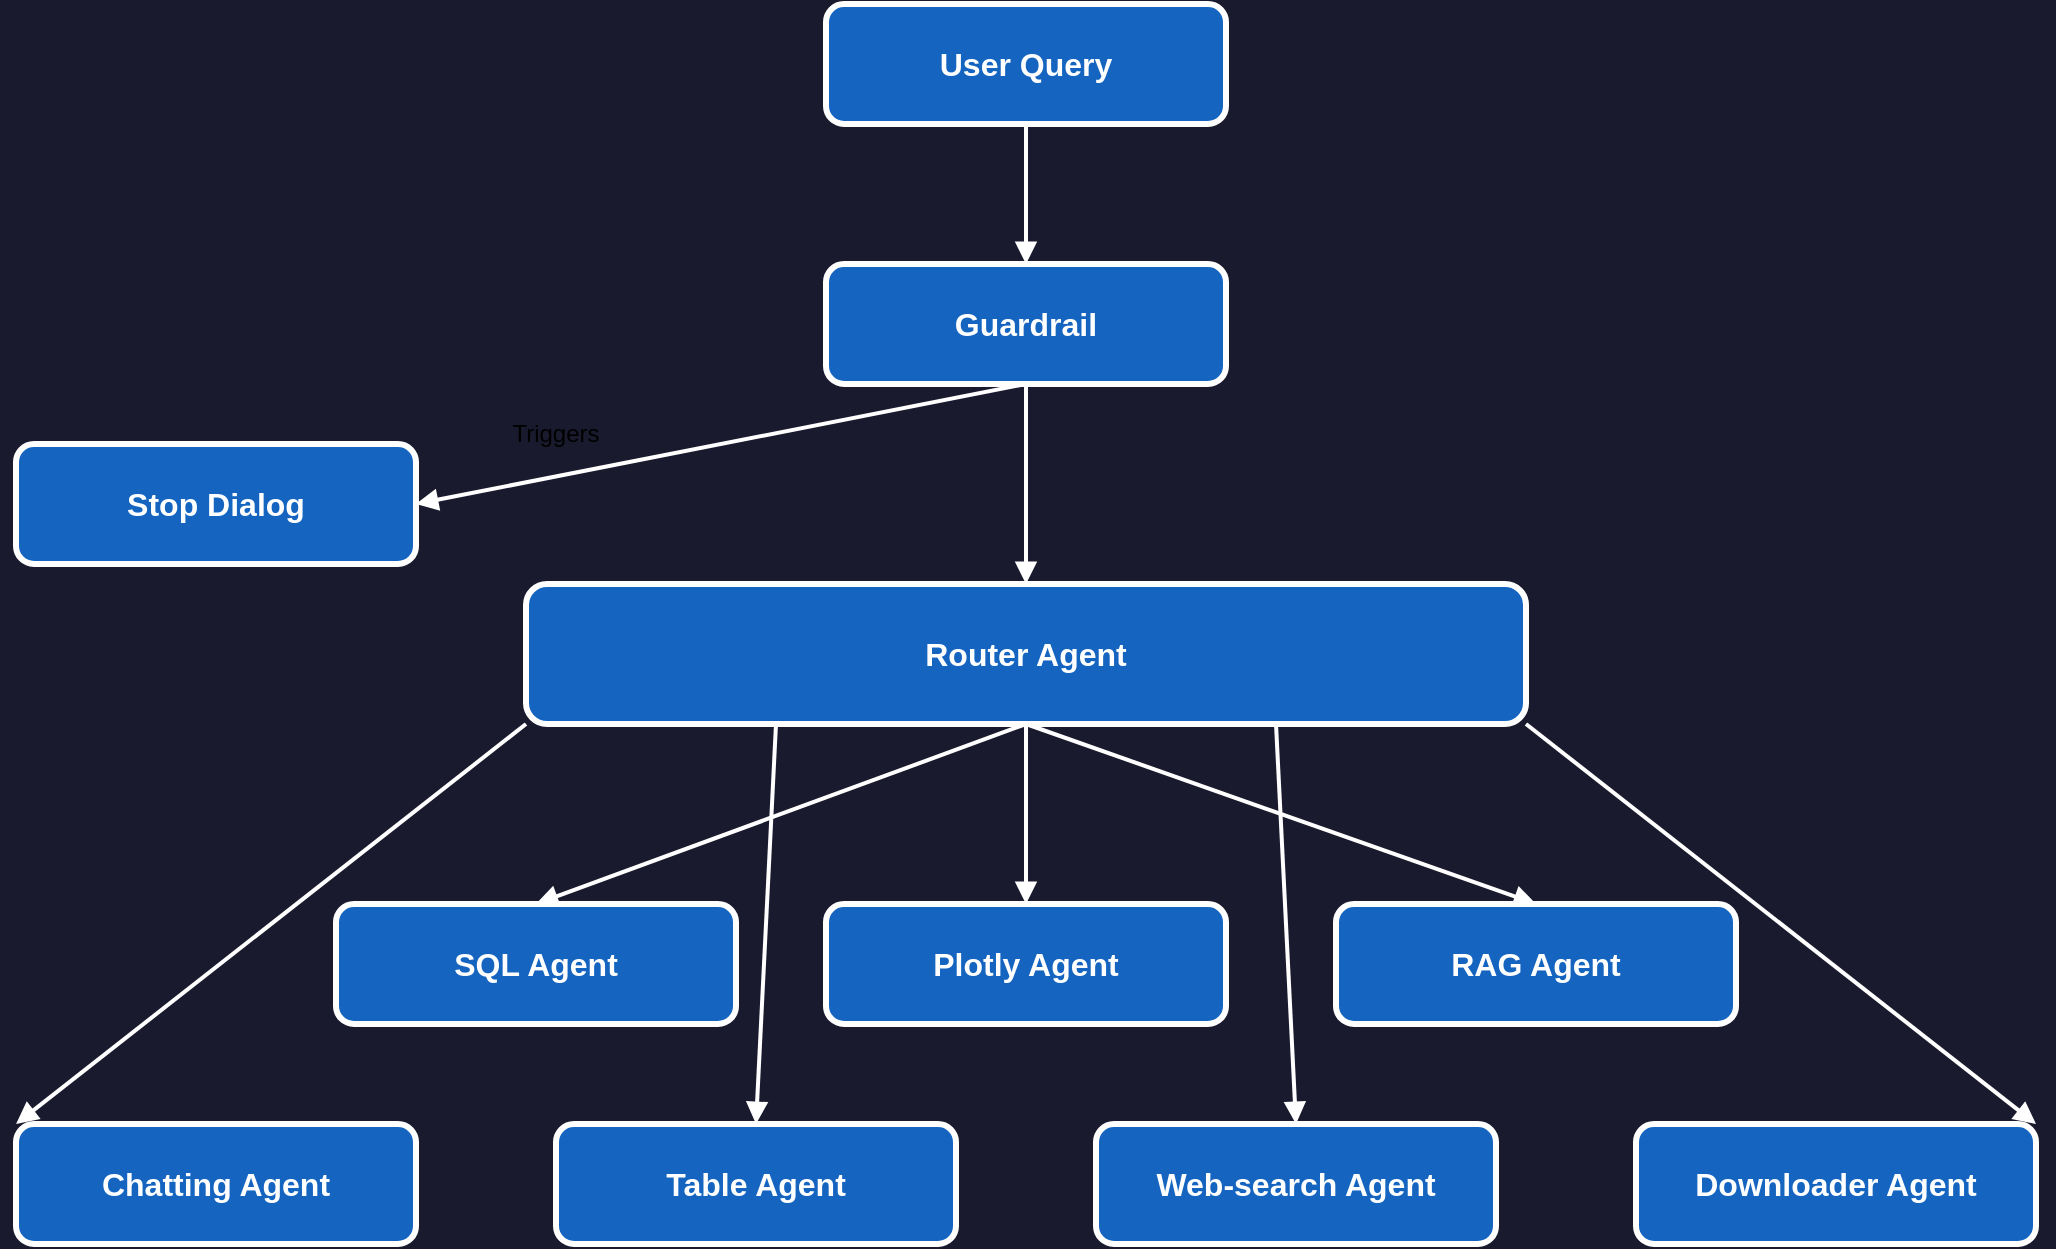
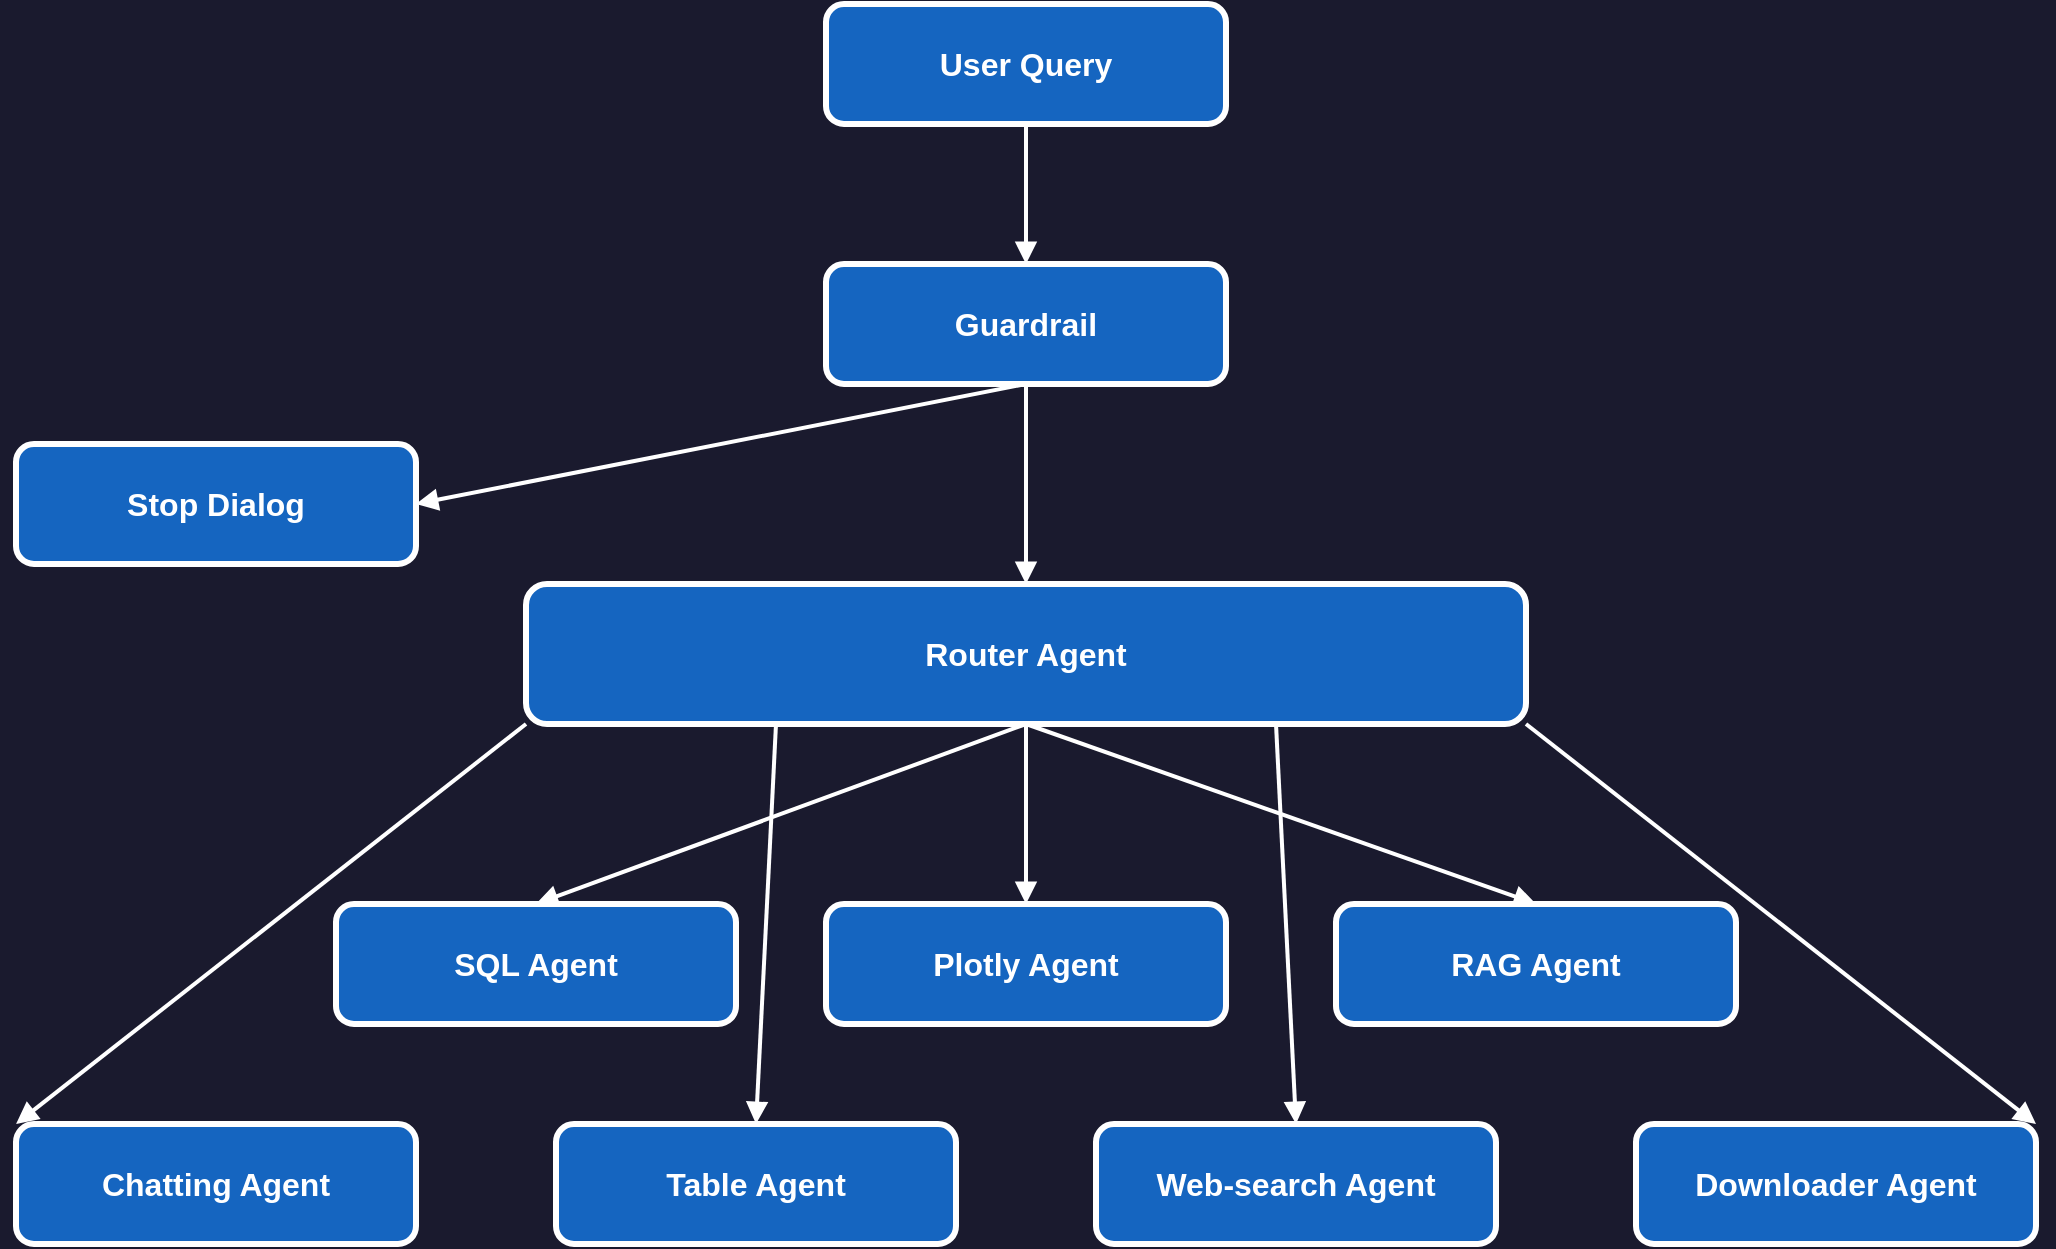
<mxfile host="65bd71144e">
-     <diagram name="architecture" id="agentic-arch-2025">
-         <mxGraphModel dx="2830" dy="1113" grid="1" gridSize="10" guides="1" tooltips="1" connect="1" arrows="1" fold="1" page="1" pageScale="1" pageWidth="850" pageHeight="1100" background="#1a1a2e" math="0" shadow="0">
+     <diagram name="structure" id="agentic-arch-2025">
+         <mxGraphModel dx="1729" dy="779" grid="1" gridSize="10" guides="1" tooltips="1" connect="1" arrows="1" fold="1" page="1" pageScale="1" pageWidth="850" pageHeight="1100" background="#1a1a2e" math="0" shadow="0">
            <root>
                <mxCell id="0"/>
                <mxCell id="1" parent="0"/>
                <mxCell id="node-userquery" value="User Query" style="rounded=1;whiteSpace=wrap;html=1;fillColor=#1565c0;strokeColor=#ffffff;fontColor=#ffffff;fontSize=16;fontStyle=1;strokeWidth=3;" parent="1" vertex="1">
                    <mxGeometry x="325" y="150" width="200" height="60" as="geometry"/>
                </mxCell>
                <mxCell id="edge-orch-mem" value="" style="endArrow=block;endFill=1;html=1;rounded=0;strokeColor=#ffffff;strokeWidth=2;exitX=0.5;exitY=1;exitDx=0;exitDy=0;entryX=0.5;entryY=0;entryDx=0;entryDy=0;" parent="1" source="node-userquery" target="2" edge="1">
                    <mxGeometry relative="1" as="geometry">
                        <mxPoint x="425" y="215" as="sourcePoint"/>
                        <mxPoint x="424" y="270" as="targetPoint"/>
                    </mxGeometry>
                </mxCell>
-                 <mxCell id="2" value="Guardrail" style="rounded=1;whiteSpace=wrap;html=1;fillColor=#1565c0;strokeColor=#ffffff;fontColor=#ffffff;fontSize=16;fontStyle=1;strokeWidth=3;" vertex="1" parent="1">
+                 <mxCell id="2" value="Guardrail" style="rounded=1;whiteSpace=wrap;html=1;fillColor=#1565c0;strokeColor=#ffffff;fontColor=#ffffff;fontSize=16;fontStyle=1;strokeWidth=3;" parent="1" vertex="1">
                    <mxGeometry x="325" y="280" width="200" height="60" as="geometry"/>
                </mxCell>
-                 <mxCell id="3" value="" style="endArrow=block;endFill=1;html=1;rounded=0;strokeColor=#ffffff;strokeWidth=2;exitX=0.5;exitY=1;exitDx=0;exitDy=0;" edge="1" parent="1" source="2">
+                 <mxCell id="3" value="" style="endArrow=block;endFill=1;html=1;rounded=0;strokeColor=#ffffff;strokeWidth=2;exitX=0.5;exitY=1;exitDx=0;exitDy=0;" parent="1" source="2" edge="1">
                    <mxGeometry relative="1" as="geometry">
                        <mxPoint x="435" y="225" as="sourcePoint"/>
                        <mxPoint x="120" y="400" as="targetPoint"/>
                    </mxGeometry>
                </mxCell>
-                 <mxCell id="4" value="" style="endArrow=block;endFill=1;html=1;rounded=0;strokeColor=#ffffff;strokeWidth=2;exitX=0.5;exitY=1;exitDx=0;exitDy=0;" edge="1" parent="1" source="2">
+                 <mxCell id="4" value="" style="endArrow=block;endFill=1;html=1;rounded=0;strokeColor=#ffffff;strokeWidth=2;exitX=0.5;exitY=1;exitDx=0;exitDy=0;" parent="1" source="2" edge="1">
                    <mxGeometry relative="1" as="geometry">
                        <mxPoint x="435" y="350" as="sourcePoint"/>
                        <mxPoint x="425" y="440" as="targetPoint"/>
                    </mxGeometry>
                </mxCell>
-                 <mxCell id="5" value="&lt;font style=&quot;color: light-dark(rgb(0, 0, 0), rgb(0, 0, 0));&quot;&gt;Triggers&lt;/font&gt;" style="text;strokeColor=none;align=center;fillColor=none;html=1;verticalAlign=middle;whiteSpace=wrap;rounded=0;" vertex="1" parent="1">
-                     <mxGeometry x="160" y="350" width="60" height="30" as="geometry"/>
-                 </mxCell>
-                 <mxCell id="6" value="Stop Dialog" style="rounded=1;whiteSpace=wrap;html=1;fillColor=#1565c0;strokeColor=#ffffff;fontColor=#ffffff;fontSize=16;fontStyle=1;strokeWidth=3;" vertex="1" parent="1">
+                 <mxCell id="6" value="Stop Dialog" style="rounded=1;whiteSpace=wrap;html=1;fillColor=#1565c0;strokeColor=#ffffff;fontColor=#ffffff;fontSize=16;fontStyle=1;strokeWidth=3;" parent="1" vertex="1">
                    <mxGeometry x="-80" y="370" width="200" height="60" as="geometry"/>
                </mxCell>
-                 <mxCell id="8" value="Router Agent" style="rounded=1;whiteSpace=wrap;html=1;fillColor=#1565c0;strokeColor=#ffffff;fontColor=#ffffff;fontSize=16;fontStyle=1;strokeWidth=3;" vertex="1" parent="1">
+                 <mxCell id="8" value="Router Agent" style="rounded=1;whiteSpace=wrap;html=1;fillColor=#1565c0;strokeColor=#ffffff;fontColor=#ffffff;fontSize=16;fontStyle=1;strokeWidth=3;" parent="1" vertex="1">
                    <mxGeometry x="175" y="440" width="500" height="70" as="geometry"/>
                </mxCell>
-                 <mxCell id="9" value="Downloader Agent" style="rounded=1;whiteSpace=wrap;html=1;fillColor=#1565c0;strokeColor=#ffffff;fontColor=#ffffff;fontSize=16;fontStyle=1;strokeWidth=3;" vertex="1" parent="1">
+                 <mxCell id="9" value="Downloader Agent" style="rounded=1;whiteSpace=wrap;html=1;fillColor=#1565c0;strokeColor=#ffffff;fontColor=#ffffff;fontSize=16;fontStyle=1;strokeWidth=3;" parent="1" vertex="1">
                    <mxGeometry x="730" y="710" width="200" height="60" as="geometry"/>
                </mxCell>
-                 <mxCell id="10" value="Web-search Agent" style="rounded=1;whiteSpace=wrap;html=1;fillColor=#1565c0;strokeColor=#ffffff;fontColor=#ffffff;fontSize=16;fontStyle=1;strokeWidth=3;" vertex="1" parent="1">
+                 <mxCell id="10" value="Web-search Agent" style="rounded=1;whiteSpace=wrap;html=1;fillColor=#1565c0;strokeColor=#ffffff;fontColor=#ffffff;fontSize=16;fontStyle=1;strokeWidth=3;" parent="1" vertex="1">
                    <mxGeometry x="460" y="710" width="200" height="60" as="geometry"/>
                </mxCell>
-                 <mxCell id="11" value="RAG Agent" style="rounded=1;whiteSpace=wrap;html=1;fillColor=#1565c0;strokeColor=#ffffff;fontColor=#ffffff;fontSize=16;fontStyle=1;strokeWidth=3;" vertex="1" parent="1">
+                 <mxCell id="11" value="RAG Agent" style="rounded=1;whiteSpace=wrap;html=1;fillColor=#1565c0;strokeColor=#ffffff;fontColor=#ffffff;fontSize=16;fontStyle=1;strokeWidth=3;" parent="1" vertex="1">
                    <mxGeometry x="580" y="600" width="200" height="60" as="geometry"/>
                </mxCell>
-                 <mxCell id="12" value="Plotly Agent" style="rounded=1;whiteSpace=wrap;html=1;fillColor=#1565c0;strokeColor=#ffffff;fontColor=#ffffff;fontSize=16;fontStyle=1;strokeWidth=3;" vertex="1" parent="1">
+                 <mxCell id="12" value="Plotly Agent" style="rounded=1;whiteSpace=wrap;html=1;fillColor=#1565c0;strokeColor=#ffffff;fontColor=#ffffff;fontSize=16;fontStyle=1;strokeWidth=3;" parent="1" vertex="1">
                    <mxGeometry x="325" y="600" width="200" height="60" as="geometry"/>
                </mxCell>
-                 <mxCell id="13" value="SQL Agent" style="rounded=1;whiteSpace=wrap;html=1;fillColor=#1565c0;strokeColor=#ffffff;fontColor=#ffffff;fontSize=16;fontStyle=1;strokeWidth=3;" vertex="1" parent="1">
+                 <mxCell id="13" value="SQL Agent" style="rounded=1;whiteSpace=wrap;html=1;fillColor=#1565c0;strokeColor=#ffffff;fontColor=#ffffff;fontSize=16;fontStyle=1;strokeWidth=3;" parent="1" vertex="1">
                    <mxGeometry x="80" y="600" width="200" height="60" as="geometry"/>
                </mxCell>
-                 <mxCell id="14" value="Table Agent" style="rounded=1;whiteSpace=wrap;html=1;fillColor=#1565c0;strokeColor=#ffffff;fontColor=#ffffff;fontSize=16;fontStyle=1;strokeWidth=3;" vertex="1" parent="1">
+                 <mxCell id="14" value="Table Agent" style="rounded=1;whiteSpace=wrap;html=1;fillColor=#1565c0;strokeColor=#ffffff;fontColor=#ffffff;fontSize=16;fontStyle=1;strokeWidth=3;" parent="1" vertex="1">
                    <mxGeometry x="190" y="710" width="200" height="60" as="geometry"/>
                </mxCell>
-                 <mxCell id="15" value="Chatting Agent" style="rounded=1;whiteSpace=wrap;html=1;fillColor=#1565c0;strokeColor=#ffffff;fontColor=#ffffff;fontSize=16;fontStyle=1;strokeWidth=3;" vertex="1" parent="1">
+                 <mxCell id="15" value="Chatting Agent" style="rounded=1;whiteSpace=wrap;html=1;fillColor=#1565c0;strokeColor=#ffffff;fontColor=#ffffff;fontSize=16;fontStyle=1;strokeWidth=3;" parent="1" vertex="1">
                    <mxGeometry x="-80" y="710" width="200" height="60" as="geometry"/>
                </mxCell>
-                 <mxCell id="16" value="" style="endArrow=block;endFill=1;html=1;rounded=0;strokeColor=#ffffff;strokeWidth=2;entryX=0.5;entryY=0;entryDx=0;entryDy=0;exitX=0.5;exitY=1;exitDx=0;exitDy=0;" edge="1" parent="1" source="8" target="12">
+                 <mxCell id="16" value="" style="endArrow=block;endFill=1;html=1;rounded=0;strokeColor=#ffffff;strokeWidth=2;entryX=0.5;entryY=0;entryDx=0;entryDy=0;exitX=0.5;exitY=1;exitDx=0;exitDy=0;" parent="1" source="8" target="12" edge="1">
                    <mxGeometry relative="1" as="geometry">
                        <mxPoint x="425" y="510" as="sourcePoint"/>
                        <mxPoint x="435" y="450" as="targetPoint"/>
                    </mxGeometry>
                </mxCell>
-                 <mxCell id="17" value="" style="endArrow=block;endFill=1;html=1;rounded=0;strokeColor=#ffffff;strokeWidth=2;entryX=0.5;entryY=0;entryDx=0;entryDy=0;exitX=0.5;exitY=1;exitDx=0;exitDy=0;" edge="1" parent="1" source="8" target="11">
+                 <mxCell id="17" value="" style="endArrow=block;endFill=1;html=1;rounded=0;strokeColor=#ffffff;strokeWidth=2;entryX=0.5;entryY=0;entryDx=0;entryDy=0;exitX=0.5;exitY=1;exitDx=0;exitDy=0;" parent="1" source="8" target="11" edge="1">
                    <mxGeometry relative="1" as="geometry">
                        <mxPoint x="435" y="520" as="sourcePoint"/>
                        <mxPoint x="435" y="610" as="targetPoint"/>
                    </mxGeometry>
                </mxCell>
-                 <mxCell id="19" value="" style="endArrow=block;endFill=1;html=1;rounded=0;strokeColor=#ffffff;strokeWidth=2;entryX=0.5;entryY=0;entryDx=0;entryDy=0;exitX=0.5;exitY=1;exitDx=0;exitDy=0;" edge="1" parent="1" source="8" target="13">
+                 <mxCell id="19" value="" style="endArrow=block;endFill=1;html=1;rounded=0;strokeColor=#ffffff;strokeWidth=2;entryX=0.5;entryY=0;entryDx=0;entryDy=0;exitX=0.5;exitY=1;exitDx=0;exitDy=0;" parent="1" source="8" target="13" edge="1">
                    <mxGeometry relative="1" as="geometry">
                        <mxPoint x="435" y="520" as="sourcePoint"/>
                        <mxPoint x="705" y="610" as="targetPoint"/>
                    </mxGeometry>
                </mxCell>
-                 <mxCell id="20" value="" style="endArrow=block;endFill=1;html=1;rounded=0;strokeColor=#ffffff;strokeWidth=2;entryX=0;entryY=0;entryDx=0;entryDy=0;exitX=0;exitY=1;exitDx=0;exitDy=0;" edge="1" parent="1" source="8" target="15">
+                 <mxCell id="20" value="" style="endArrow=block;endFill=1;html=1;rounded=0;strokeColor=#ffffff;strokeWidth=2;entryX=0;entryY=0;entryDx=0;entryDy=0;exitX=0;exitY=1;exitDx=0;exitDy=0;" parent="1" source="8" target="15" edge="1">
                    <mxGeometry relative="1" as="geometry">
                        <mxPoint x="435" y="520" as="sourcePoint"/>
                        <mxPoint x="435" y="610" as="targetPoint"/>
                    </mxGeometry>
                </mxCell>
-                 <mxCell id="21" value="" style="endArrow=block;endFill=1;html=1;rounded=0;strokeColor=#ffffff;strokeWidth=2;entryX=1;entryY=0;entryDx=0;entryDy=0;exitX=1;exitY=1;exitDx=0;exitDy=0;" edge="1" parent="1" source="8" target="9">
+                 <mxCell id="21" value="" style="endArrow=block;endFill=1;html=1;rounded=0;strokeColor=#ffffff;strokeWidth=2;entryX=1;entryY=0;entryDx=0;entryDy=0;exitX=1;exitY=1;exitDx=0;exitDy=0;" parent="1" source="8" target="9" edge="1">
                    <mxGeometry relative="1" as="geometry">
                        <mxPoint x="185" y="520" as="sourcePoint"/>
                        <mxPoint x="-70" y="720" as="targetPoint"/>
                    </mxGeometry>
                </mxCell>
-                 <mxCell id="22" value="" style="endArrow=block;endFill=1;html=1;rounded=0;strokeColor=#ffffff;strokeWidth=2;entryX=0.5;entryY=0;entryDx=0;entryDy=0;exitX=0.25;exitY=1;exitDx=0;exitDy=0;" edge="1" parent="1" source="8" target="14">
+                 <mxCell id="22" value="" style="endArrow=block;endFill=1;html=1;rounded=0;strokeColor=#ffffff;strokeWidth=2;entryX=0.5;entryY=0;entryDx=0;entryDy=0;exitX=0.25;exitY=1;exitDx=0;exitDy=0;" parent="1" source="8" target="14" edge="1">
                    <mxGeometry relative="1" as="geometry">
                        <mxPoint x="435" y="520" as="sourcePoint"/>
                        <mxPoint x="435" y="610" as="targetPoint"/>
                    </mxGeometry>
                </mxCell>
-                 <mxCell id="24" value="" style="endArrow=block;endFill=1;html=1;rounded=0;strokeColor=#ffffff;strokeWidth=2;entryX=0.5;entryY=0;entryDx=0;entryDy=0;exitX=0.75;exitY=1;exitDx=0;exitDy=0;" edge="1" parent="1" source="8" target="10">
+                 <mxCell id="24" value="" style="endArrow=block;endFill=1;html=1;rounded=0;strokeColor=#ffffff;strokeWidth=2;entryX=0.5;entryY=0;entryDx=0;entryDy=0;exitX=0.75;exitY=1;exitDx=0;exitDy=0;" parent="1" source="8" target="10" edge="1">
                    <mxGeometry relative="1" as="geometry">
                        <mxPoint x="310" y="520" as="sourcePoint"/>
                        <mxPoint x="300" y="720" as="targetPoint"/>
                    </mxGeometry>
                </mxCell>
            </root>
        </mxGraphModel>
    </diagram>
</mxfile>